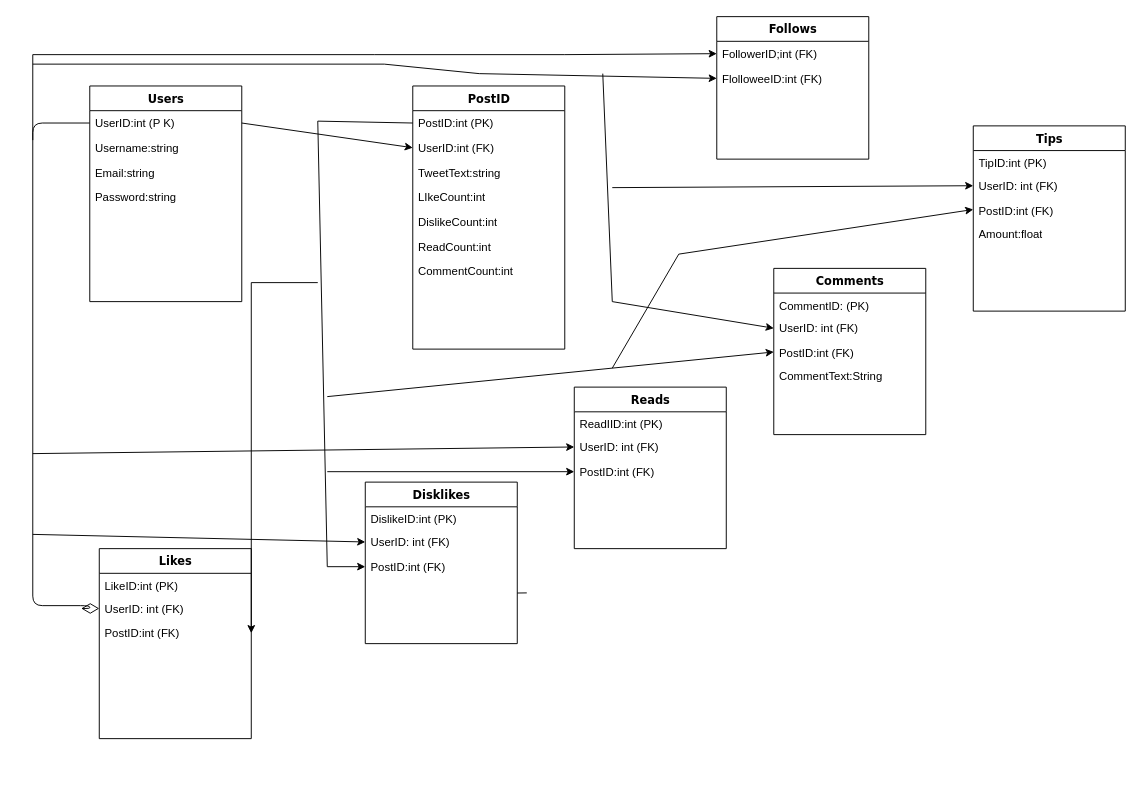
Before: database Diagram.drawio in Maoxi16/assignment, a draw.io diagram. Source tidied: cells renumbered, new cells numbered last; positions are measured from the earlier drawing's top-left corner, leaving out a move shared by most shapes. Both pictures are drawn from the tidied source at 95%, with x=0, y=0 at pixel (32, 16).
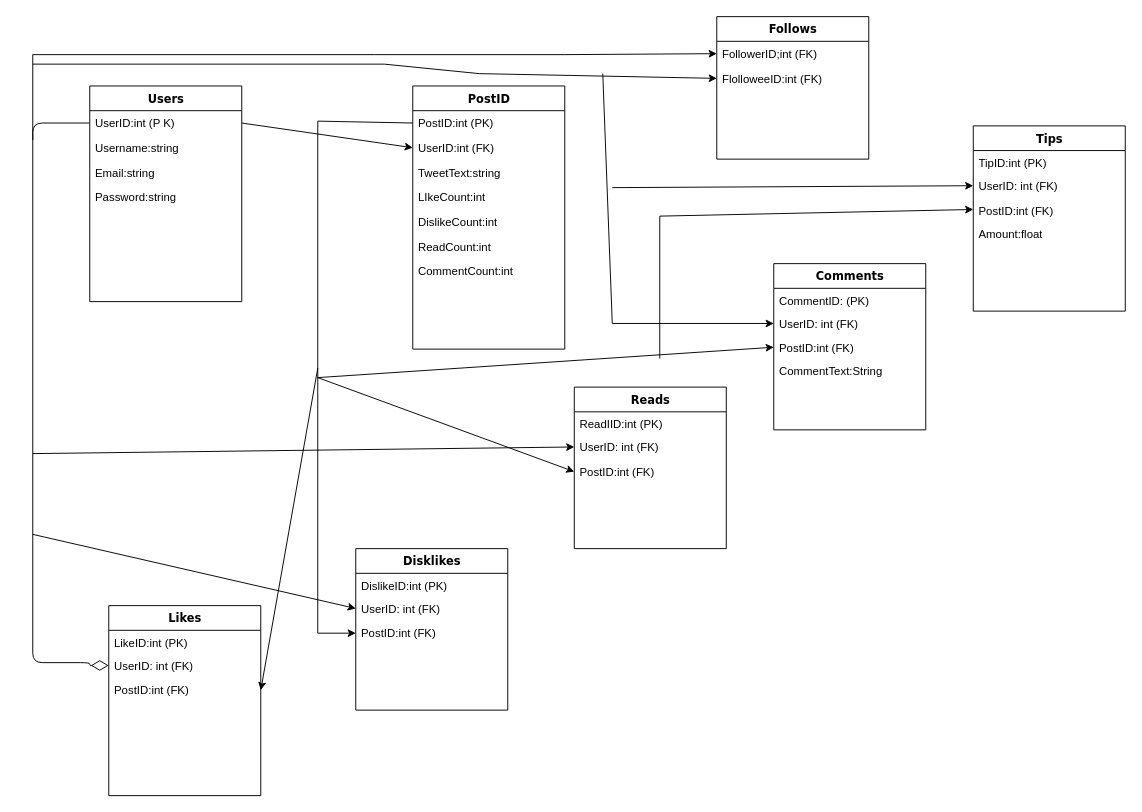
After the change.

The change refers to these unchanged cells:
```xml
<mxCell id="4" value="UserID:int (P K)" style="text;html=1;strokeColor=none;fillColor=none;align=left;verticalAlign=top;spacingLeft=4;spacingRight=4;whiteSpace=wrap;overflow=hidden;points=[[0,0.5],[1,0.5]];portConstraint=eastwest;" parent="3" vertex="1">
  <mxGeometry y="26" width="160" height="26" as="geometry" />
</mxCell>
<mxCell id="9" value="PostID:int (PK)" style="text;html=1;strokeColor=none;fillColor=none;align=left;verticalAlign=top;spacingLeft=4;spacingRight=4;whiteSpace=wrap;overflow=hidden;points=[[0,0.5],[1,0.5]];portConstraint=eastwest;" parent="8" vertex="1">
  <mxGeometry y="26" width="160" height="26" as="geometry" />
</mxCell>
<mxCell id="21" value="UserID: int (FK)" style="text;html=1;strokeColor=none;fillColor=none;align=left;verticalAlign=top;spacingLeft=4;spacingRight=4;whiteSpace=wrap;overflow=hidden;points=[[0,0.5],[1,0.5]];portConstraint=eastwest;" parent="19" vertex="1">
  <mxGeometry y="50" width="160" height="26" as="geometry" />
</mxCell>
<mxCell id="22" value="PostID:int (FK)" style="text;html=1;strokeColor=none;fillColor=none;align=left;verticalAlign=top;spacingLeft=4;spacingRight=4;whiteSpace=wrap;overflow=hidden;points=[[0,0.5],[1,0.5]];portConstraint=eastwest;" parent="19" vertex="1">
  <mxGeometry y="76" width="160" height="26" as="geometry" />
</mxCell>
<mxCell id="27" value="PostID:int (FK)" style="text;html=1;strokeColor=none;fillColor=none;align=left;verticalAlign=top;spacingLeft=4;spacingRight=4;whiteSpace=wrap;overflow=hidden;points=[[0,0.5],[1,0.5]];portConstraint=eastwest;" parent="24" vertex="1">
  <mxGeometry y="76" width="160" height="26" as="geometry" />
</mxCell>
<mxCell id="31" value="PostID:int (FK)" style="text;html=1;strokeColor=none;fillColor=none;align=left;verticalAlign=top;spacingLeft=4;spacingRight=4;whiteSpace=wrap;overflow=hidden;points=[[0,0.5],[1,0.5]];portConstraint=eastwest;" parent="28" vertex="1">
  <mxGeometry y="76" width="160" height="26" as="geometry" />
</mxCell>
<mxCell id="34" value="UserID: int (FK)" style="text;html=1;strokeColor=none;fillColor=none;align=left;verticalAlign=top;spacingLeft=4;spacingRight=4;whiteSpace=wrap;overflow=hidden;points=[[0,0.5],[1,0.5]];portConstraint=eastwest;" parent="32" vertex="1">
  <mxGeometry y="50" width="160" height="26" as="geometry" />
</mxCell>
<mxCell id="35" value="PostID:int (FK)" style="text;html=1;strokeColor=none;fillColor=none;align=left;verticalAlign=top;spacingLeft=4;spacingRight=4;whiteSpace=wrap;overflow=hidden;points=[[0,0.5],[1,0.5]];portConstraint=eastwest;" parent="32" vertex="1">
  <mxGeometry y="76" width="160" height="24" as="geometry" />
</mxCell>
<mxCell id="40" value="PostID:int (FK)" style="text;html=1;strokeColor=none;fillColor=none;align=left;verticalAlign=top;spacingLeft=4;spacingRight=4;whiteSpace=wrap;overflow=hidden;points=[[0,0.5],[1,0.5]];portConstraint=eastwest;" parent="37" vertex="1">
  <mxGeometry y="76" width="160" height="24" as="geometry" />
</mxCell>
```

Change to the diagram source:
```diff
@@
     <mxCell id="2" style="edgeStyle=orthogonalEdgeStyle;html=1;labelBackgroundColor=none;startFill=0;startSize=8;endArrow=diamondThin;endFill=0;endSize=16;fontFamily=Verdana;fontSize=12;exitX=0;exitY=0.5;exitDx=0;exitDy=0;entryX=0;entryY=0.5;entryDx=0;entryDy=0;" parent="1" edge="1" source="4" target="21">
       <mxGeometry relative="1" as="geometry">
         <Array as="points">
           <mxPoint y="112" />
-          <mxPoint y="620" />
-          <mxPoint x="60" y="620" />
+          <mxPoint y="680" />
+          <mxPoint x="60" y="680" />
+          <mxPoint x="60" y="683" />
         </Array>
       </mxGeometry>
     </mxCell>
@@
     <mxCell id="19" value="Likes" style="swimlane;html=1;fontStyle=1;align=center;verticalAlign=top;horizontal=1;startSize=26;swimlaneFillColor=#ffffff;rounded=0;shadow=0;comic=0;labelBackgroundColor=none;strokeWidth=1;fillColor=none;fontFamily=Verdana;fontSize=12;" parent="1" vertex="1">
-      <mxGeometry x="70" y="560" width="160" height="200" as="geometry" />
+      <mxGeometry x="80" y="620" width="160" height="200" as="geometry" />
     </mxCell>
@@
-    <mxCell id="23" style="edgeStyle=elbowEdgeStyle;html=1;labelBackgroundColor=none;startFill=0;startSize=8;endArrow=diamondThin;endFill=0;endSize=16;fontFamily=Verdana;fontSize=12;elbow=vertical;" parent="1" edge="1">
-      <mxGeometry relative="1" as="geometry">
-        <mxPoint x="520" y="606.6" as="sourcePoint" />
-        <mxPoint x="490" y="606.6" as="targetPoint" />
-      </mxGeometry>
-    </mxCell>
     <mxCell id="24" value="Disklikes" style="swimlane;html=1;fontStyle=1;align=center;verticalAlign=top;horizontal=1;startSize=26;swimlaneFillColor=#ffffff;rounded=0;shadow=0;comic=0;labelBackgroundColor=none;strokeWidth=1;fillColor=none;fontFamily=Verdana;fontSize=12;" parent="1" vertex="1">
-      <mxGeometry x="350" y="490" width="160" height="170" as="geometry" />
+      <mxGeometry x="340" y="560" width="160" height="170" as="geometry" />
     </mxCell>
@@
     <mxCell id="32" value="Comments" style="swimlane;html=1;fontStyle=1;align=center;verticalAlign=top;horizontal=1;startSize=26;swimlaneFillColor=#ffffff;rounded=0;shadow=0;comic=0;labelBackgroundColor=none;strokeWidth=1;fillColor=none;fontFamily=Verdana;fontSize=12;" parent="1" vertex="1">
-      <mxGeometry x="780" y="265" width="160" height="175" as="geometry" />
+      <mxGeometry x="780" y="260" width="160" height="175" as="geometry" />
     </mxCell>
@@
     <mxCell id="45" style="endArrow=classic;html=1;rounded=0;entryX=1;entryY=0.5;entryDx=0;entryDy=0;" parent="1" edge="1" target="22">
       <mxGeometry relative="1" as="geometry">
-        <mxPoint x="300" y="280" as="sourcePoint" />
-        <Array as="points">
-          <mxPoint x="230" y="280" />
-        </Array>
+        <mxPoint x="300" y="370" as="sourcePoint" />
       </mxGeometry>
     </mxCell>
@@
     <mxCell id="47" style="endArrow=classic;html=1;rounded=0;entryX=0;entryY=0.5;entryDx=0;entryDy=0;exitX=0;exitY=0.5;exitDx=0;exitDy=0;" parent="1" edge="1" source="9" target="27">
       <mxGeometry relative="1" as="geometry">
         <Array as="points">
           <mxPoint x="300" y="110" />
-          <mxPoint x="310" y="579" />
+          <mxPoint x="300" y="649" />
         </Array>
       </mxGeometry>
     </mxCell>
@@
     <mxCell id="49" style="endArrow=classic;html=1;rounded=0;entryX=0;entryY=0.5;entryDx=0;entryDy=0;" parent="1" edge="1" target="31">
       <mxGeometry relative="1" as="geometry">
-        <mxPoint x="310" y="479" as="sourcePoint" />
+        <mxPoint x="300" y="380" as="sourcePoint" />
       </mxGeometry>
     </mxCell>
     <mxCell id="50" style="endArrow=classic;html=1;rounded=0;entryX=0;entryY=0.5;entryDx=0;entryDy=0;" parent="1" edge="1" target="34">
       <mxGeometry relative="1" as="geometry">
         <mxPoint x="600" y="60" as="sourcePoint" />
         <Array as="points">
-          <mxPoint x="610" y="300" />
+          <mxPoint x="610" y="323" />
         </Array>
       </mxGeometry>
     </mxCell>
     <mxCell id="51" style="endArrow=classic;html=1;rounded=0;entryX=0;entryY=0.5;entryDx=0;entryDy=0;" parent="1" edge="1" target="35">
       <mxGeometry relative="1" as="geometry">
-        <mxPoint x="310" y="400" as="sourcePoint" />
+        <mxPoint x="300" y="380" as="sourcePoint" />
       </mxGeometry>
     </mxCell>
@@
     <mxCell id="53" style="endArrow=classic;html=1;rounded=0;entryX=0;entryY=0.5;entryDx=0;entryDy=0;" parent="1" edge="1" target="40">
       <mxGeometry relative="1" as="geometry">
-        <mxPoint x="610" y="370" as="sourcePoint" />
+        <mxPoint x="660" y="360" as="sourcePoint" />
         <Array as="points">
-          <mxPoint x="680" y="250" />
+          <mxPoint x="660" y="210" />
         </Array>
       </mxGeometry>
     </mxCell>
```
